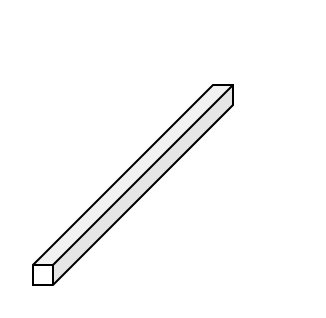
The draw.io diagram HSI.drawio in masskx/Plot, before the edit. Source tidied: cells renumbered, new cells numbered last; positions are measured from the earlier drawing's top-left corner, leaving out a move shared by most shapes. Both pictures are drawn from the tidied source at 200%, with x=0, y=0 at pixel (32, 84).
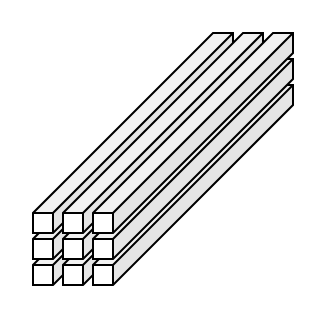
The same page after the edit.

Diff of the diagram source:
```diff
@@
 <mxGraphModel>
   <root>
     <mxCell id="0" />
     <mxCell id="1" parent="0" />
     <mxCell id="2" style="shape=cube;whiteSpace=wrap;html=1;boundedLbl=1;backgroundOutline=1;darkOpacity=0.05;darkOpacity2=0.1;size=90;rotation=0;flipH=1;" parent="1" vertex="1">
       <mxGeometry width="100" height="100" as="geometry" />
     </mxCell>
+    <mxCell id="3" style="shape=cube;whiteSpace=wrap;html=1;boundedLbl=1;backgroundOutline=1;darkOpacity=0.05;darkOpacity2=0.1;size=90;rotation=0;flipH=1;" parent="1" vertex="1">
+      <mxGeometry x="15" width="100" height="100" as="geometry" />
+    </mxCell>
+    <mxCell id="4" style="shape=cube;whiteSpace=wrap;html=1;boundedLbl=1;backgroundOutline=1;darkOpacity=0.05;darkOpacity2=0.1;size=90;rotation=0;flipH=1;" parent="1" vertex="1">
+      <mxGeometry x="30" width="100" height="100" as="geometry" />
+    </mxCell>
+    <mxCell id="5" style="shape=cube;whiteSpace=wrap;html=1;boundedLbl=1;backgroundOutline=1;darkOpacity=0.05;darkOpacity2=0.1;size=90;rotation=0;flipH=1;" parent="1" vertex="1">
+      <mxGeometry y="-13" width="100" height="100" as="geometry" />
+    </mxCell>
+    <mxCell id="6" style="shape=cube;whiteSpace=wrap;html=1;boundedLbl=1;backgroundOutline=1;darkOpacity=0.05;darkOpacity2=0.1;size=90;rotation=0;flipH=1;" parent="1" vertex="1">
+      <mxGeometry x="15" y="-13" width="100" height="100" as="geometry" />
+    </mxCell>
+    <mxCell id="7" style="shape=cube;whiteSpace=wrap;html=1;boundedLbl=1;backgroundOutline=1;darkOpacity=0.05;darkOpacity2=0.1;size=90;rotation=0;flipH=1;" parent="1" vertex="1">
+      <mxGeometry x="30" y="-13" width="100" height="100" as="geometry" />
+    </mxCell>
+    <mxCell id="8" style="shape=cube;whiteSpace=wrap;html=1;boundedLbl=1;backgroundOutline=1;darkOpacity=0.05;darkOpacity2=0.1;size=90;rotation=0;flipH=1;" parent="1" vertex="1">
+      <mxGeometry y="-26" width="100" height="100" as="geometry" />
+    </mxCell>
+    <mxCell id="9" style="shape=cube;whiteSpace=wrap;html=1;boundedLbl=1;backgroundOutline=1;darkOpacity=0.05;darkOpacity2=0.1;size=90;rotation=0;flipH=1;" parent="1" vertex="1">
+      <mxGeometry x="15" y="-26" width="100" height="100" as="geometry" />
+    </mxCell>
+    <mxCell id="10" style="shape=cube;whiteSpace=wrap;html=1;boundedLbl=1;backgroundOutline=1;darkOpacity=0.05;darkOpacity2=0.1;size=90;rotation=0;flipH=1;" parent="1" vertex="1">
+      <mxGeometry x="30" y="-26" width="100" height="100" as="geometry" />
+    </mxCell>
   </root>
 </mxGraphModel>
```
